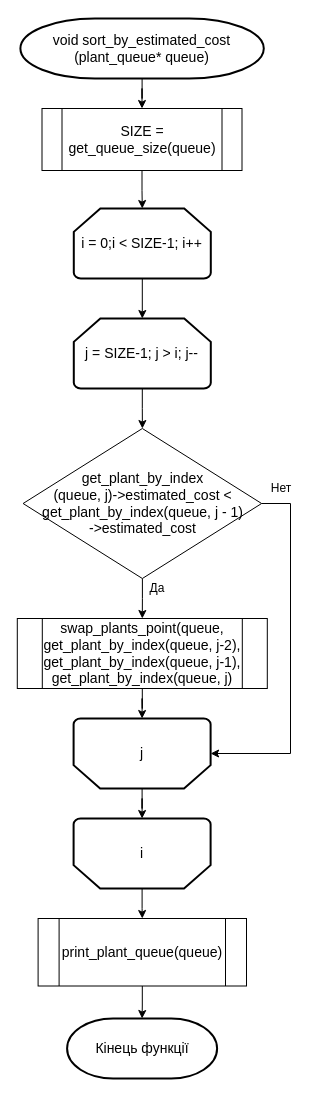
Earlier version of the draw.io diagram page "Страница 13" (16 of 16) of diagram/garden.drawio (Act1on04/CourseWork). Source tidied: cells renumbered, new cells numbered last; positions are measured from the earlier drawing's top-left corner, leaving out a move shared by most shapes. Both pictures are drawn from the tidied source at 100%, with x=0, y=0 at pixel (17, 18).
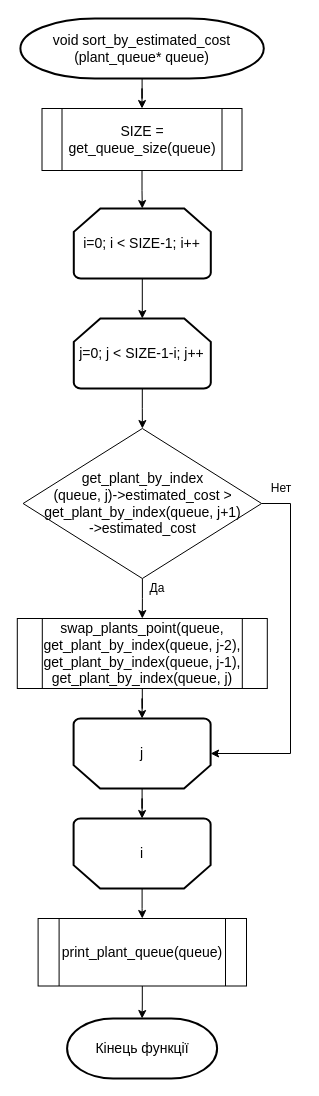
After the change.

Change to the diagram source:
```diff
@@
-    <mxCell id="5" value="&lt;span style=&quot;font-size: 14px&quot;&gt;i = 0;i &amp;lt; SIZE-1; i++&lt;/span&gt;" style="strokeWidth=2;html=1;shape=mxgraph.flowchart.loop_limit;whiteSpace=wrap;" parent="1" vertex="1">
+    <mxCell id="5" value="&lt;span style=&quot;font-size: 14px&quot;&gt;i=0; i &amp;lt; SIZE-1; i++&lt;/span&gt;" style="strokeWidth=2;html=1;shape=mxgraph.flowchart.loop_limit;whiteSpace=wrap;" parent="1" vertex="1">
       <mxGeometry x="56.3" y="190" width="137" height="70" as="geometry" />
     </mxCell>
@@
-    <mxCell id="9" value="&lt;span style=&quot;font-size: 14px&quot;&gt;j = SIZE-1; j &amp;gt; i; j--&lt;/span&gt;" style="strokeWidth=2;html=1;shape=mxgraph.flowchart.loop_limit;whiteSpace=wrap;" parent="1" vertex="1">
+    <mxCell id="9" value="&lt;span style=&quot;font-size: 14px&quot;&gt;j=0; j &amp;lt; SIZE-1-i; j++&lt;/span&gt;" style="strokeWidth=2;html=1;shape=mxgraph.flowchart.loop_limit;whiteSpace=wrap;" parent="1" vertex="1">
       <mxGeometry x="56.3" y="300" width="137" height="70" as="geometry" />
     </mxCell>
@@
-    <mxCell id="12" value="&lt;font style=&quot;font-size: 14px&quot;&gt;get_plant_by_index&lt;br&gt;(queue, j)-&amp;gt;estimated_cost &amp;lt; &lt;br&gt;get_plant_by_index(queue, j - 1)&lt;br&gt;-&amp;gt;estimated_cost&lt;/font&gt;" style="rhombus;whiteSpace=wrap;html=1;" parent="1" vertex="1">
+    <mxCell id="12" value="&lt;font style=&quot;font-size: 14px&quot;&gt;get_plant_by_index&lt;br&gt;(queue, j)-&amp;gt;estimated_cost &amp;gt;&lt;br&gt;get_plant_by_index(queue, j+1)&lt;br&gt;-&amp;gt;estimated_cost&lt;/font&gt;" style="rhombus;whiteSpace=wrap;html=1;" parent="1" vertex="1">
       <mxGeometry x="5.6" y="410" width="238.5" height="150" as="geometry" />
     </mxCell>
```
